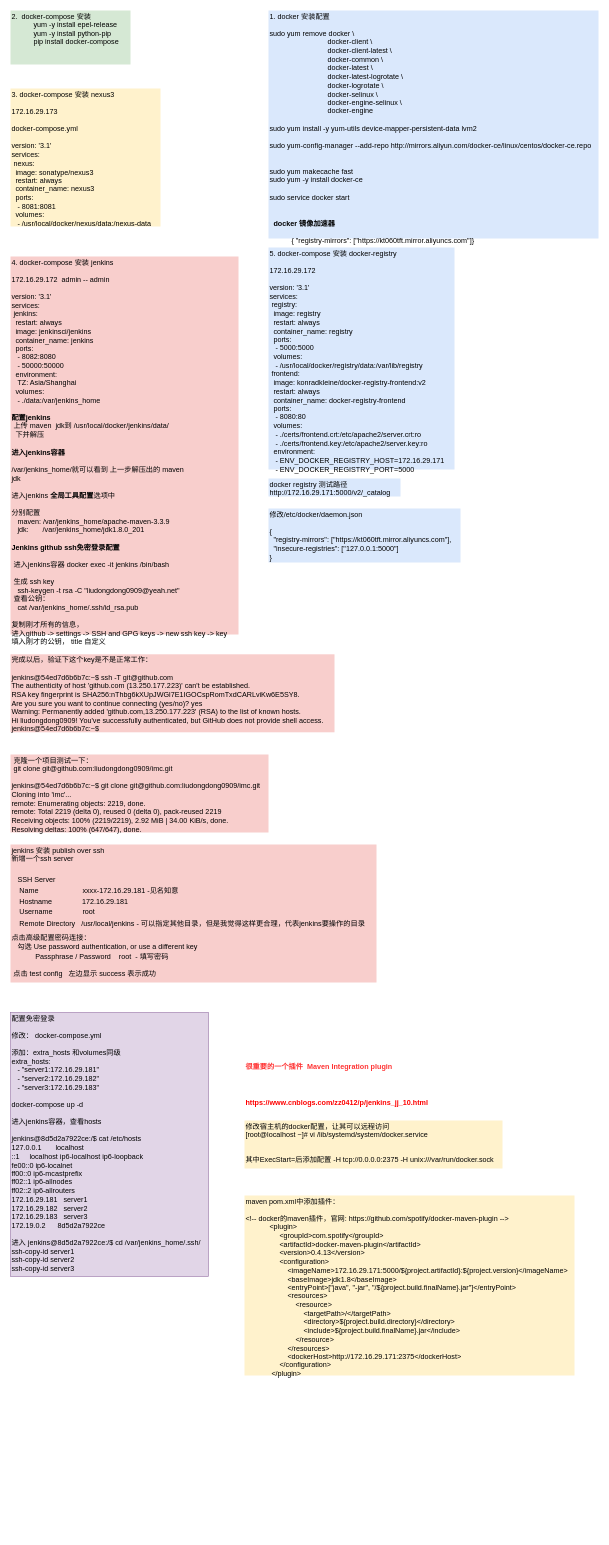
liudongdong0909/draw keeps this draw.io diagram as page "2" (2 of 3) of CI/CI/CDdrawio.drawio. Above is the earlier version. Source tidied: cells renumbered, new cells numbered last; positions are measured from the earlier drawing's top-left corner, leaving out a move shared by most shapes. Both pictures are drawn from the tidied source at 60%, with x=0, y=0 at pixel (10, 10).
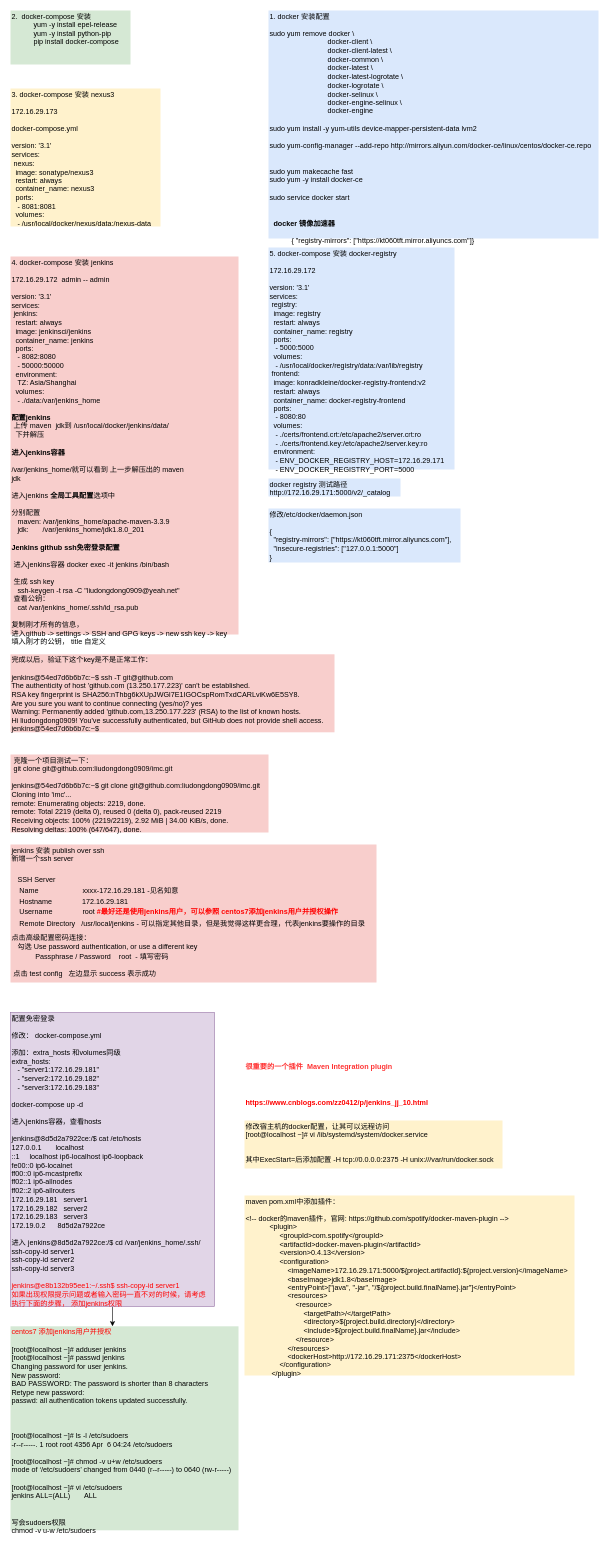
The same diagram, later.

Change to the diagram source:
```diff
@@
-    <mxCell id="11" value="jenkins 安装 publish over ssh&lt;br&gt;新增一个ssh server&lt;br&gt;&lt;br&gt;&lt;table&gt;&lt;tbody&gt;&lt;tr&gt;&lt;td&gt;&lt;div id=&quot;yui-gen31&quot;&gt;&lt;table&gt;&lt;tbody&gt;&lt;tr&gt;&lt;td&gt;&lt;br&gt;&lt;/td&gt;&lt;td&gt;&lt;div&gt;&lt;div id=&quot;yui-gen31&quot;&gt;&lt;div id=&quot;yui-gen32&quot;&gt;SSH Server&lt;/div&gt;&lt;table&gt;&lt;tbody&gt;&lt;tr&gt;&lt;td&gt;Name&amp;nbsp; &amp;nbsp; &amp;nbsp; &amp;nbsp; &amp;nbsp; &amp;nbsp; &amp;nbsp; &amp;nbsp; &amp;nbsp; &amp;nbsp; &amp;nbsp; xxxx-172.16.29.181 -见名知意&lt;/td&gt;&lt;/tr&gt;&lt;tr&gt;&lt;td&gt;Hostname&amp;nbsp; &amp;nbsp; &amp;nbsp; &amp;nbsp; &amp;nbsp; &amp;nbsp; &amp;nbsp; &amp;nbsp;172.16.29.181&lt;/td&gt;&lt;/tr&gt;&lt;tr&gt;&lt;td&gt;Username&amp;nbsp; &amp;nbsp; &amp;nbsp; &amp;nbsp; &amp;nbsp; &amp;nbsp; &amp;nbsp; &amp;nbsp;root&lt;/td&gt;&lt;/tr&gt;&lt;tr&gt;&lt;td&gt;Remote Directory&amp;nbsp; &amp;nbsp;/usr/local/jenkins - 可以指定其他目录，但是我觉得这样更合理，代表jenkins要操作的目录&lt;/td&gt;&lt;/tr&gt;&lt;/tbody&gt;&lt;/table&gt;&lt;/div&gt;&lt;/div&gt;&lt;/td&gt;&lt;/tr&gt;&lt;/tbody&gt;&lt;/table&gt;&lt;/div&gt;&lt;/td&gt;&lt;/tr&gt;&lt;/tbody&gt;&lt;/table&gt;点击高级配置密码连接：&lt;br&gt;&amp;nbsp; &amp;nbsp;勾选&amp;nbsp;&lt;span&gt;Use password authentication, or use a different key&lt;/span&gt;&lt;br&gt;&lt;table&gt;&lt;tbody&gt;&lt;tr&gt;&lt;td&gt;&amp;nbsp; &amp;nbsp; &amp;nbsp; &amp;nbsp; &amp;nbsp; &amp;nbsp;Passphrase / Password&amp;nbsp; &amp;nbsp; root&amp;nbsp; - 填写密码&lt;br&gt;&lt;br&gt;点击 test config&amp;nbsp; &amp;nbsp;左边显示 success 表示成功&lt;/td&gt;&lt;/tr&gt;&lt;/tbody&gt;&lt;/table&gt;&lt;br&gt;" style="text;html=1;align=left;verticalAlign=top;spacingTop=-4;fillColor=#f8cecc;strokeColor=none;" parent="1" vertex="1">
+    <mxCell id="11" value="jenkins 安装 publish over ssh&lt;br&gt;新增一个ssh server&lt;br&gt;&lt;br&gt;&lt;table&gt;&lt;tbody&gt;&lt;tr&gt;&lt;td&gt;&lt;div id=&quot;yui-gen31&quot;&gt;&lt;table&gt;&lt;tbody&gt;&lt;tr&gt;&lt;td&gt;&lt;br&gt;&lt;/td&gt;&lt;td&gt;&lt;div&gt;&lt;div id=&quot;yui-gen31&quot;&gt;&lt;div id=&quot;yui-gen32&quot;&gt;SSH Server&lt;/div&gt;&lt;table&gt;&lt;tbody&gt;&lt;tr&gt;&lt;td&gt;Name&amp;nbsp; &amp;nbsp; &amp;nbsp; &amp;nbsp; &amp;nbsp; &amp;nbsp; &amp;nbsp; &amp;nbsp; &amp;nbsp; &amp;nbsp; &amp;nbsp; xxxx-172.16.29.181 -见名知意&lt;/td&gt;&lt;/tr&gt;&lt;tr&gt;&lt;td&gt;Hostname&amp;nbsp; &amp;nbsp; &amp;nbsp; &amp;nbsp; &amp;nbsp; &amp;nbsp; &amp;nbsp; &amp;nbsp;172.16.29.181&lt;/td&gt;&lt;/tr&gt;&lt;tr&gt;&lt;td&gt;Username&amp;nbsp; &amp;nbsp; &amp;nbsp; &amp;nbsp; &amp;nbsp; &amp;nbsp; &amp;nbsp; &amp;nbsp;root &lt;b&gt;&lt;font color=&quot;#ff0000&quot;&gt;#最好还是使用jenkins用户，可以参照 centos7添加jenkins用户并授权操作&lt;/font&gt;&lt;/b&gt;&lt;/td&gt;&lt;/tr&gt;&lt;tr&gt;&lt;td&gt;Remote Directory&amp;nbsp; &amp;nbsp;/usr/local/jenkins - 可以指定其他目录，但是我觉得这样更合理，代表jenkins要操作的目录&lt;/td&gt;&lt;/tr&gt;&lt;/tbody&gt;&lt;/table&gt;&lt;/div&gt;&lt;/div&gt;&lt;/td&gt;&lt;/tr&gt;&lt;/tbody&gt;&lt;/table&gt;&lt;/div&gt;&lt;/td&gt;&lt;/tr&gt;&lt;/tbody&gt;&lt;/table&gt;点击高级配置密码连接：&lt;br&gt;&amp;nbsp; &amp;nbsp;勾选&amp;nbsp;&lt;span&gt;Use password authentication, or use a different key&lt;/span&gt;&lt;br&gt;&lt;table&gt;&lt;tbody&gt;&lt;tr&gt;&lt;td&gt;&amp;nbsp; &amp;nbsp; &amp;nbsp; &amp;nbsp; &amp;nbsp; &amp;nbsp;Passphrase / Password&amp;nbsp; &amp;nbsp; root&amp;nbsp; - 填写密码&lt;br&gt;&lt;br&gt;点击 test config&amp;nbsp; &amp;nbsp;左边显示 success 表示成功&lt;/td&gt;&lt;/tr&gt;&lt;/tbody&gt;&lt;/table&gt;&lt;br&gt;" style="text;html=1;align=left;verticalAlign=top;spacingTop=-4;fillColor=#f8cecc;strokeColor=none;" parent="1" vertex="1">
       <mxGeometry y="1390" width="610" height="230" as="geometry" />
     </mxCell>
+    <mxCell id="17" style="edgeStyle=orthogonalEdgeStyle;rounded=0;jettySize=auto;html=1;" parent="1" edge="1" source="12" target="18">
+      <mxGeometry relative="1" as="geometry">
+        <Array as="points">
+          <mxPoint x="165" y="2140" />
+          <mxPoint x="165" y="2140" />
+        </Array>
+      </mxGeometry>
+    </mxCell>
-    <mxCell id="12" value="配置免密登录&lt;br&gt;&lt;br&gt;修改： docker-compose.yml&lt;br&gt;&lt;br&gt;&lt;div&gt;添加：extra_hosts 和volumes同级&lt;/div&gt;&lt;div&gt;extra_hosts:&lt;/div&gt;&lt;div&gt;&amp;nbsp; &amp;nbsp;- &quot;server1:172.16.29.181&quot;&lt;/div&gt;&lt;div&gt;&amp;nbsp; &amp;nbsp;- &quot;server2:172.16.29.182&quot;&lt;/div&gt;&lt;div&gt;&amp;nbsp; &amp;nbsp;- &quot;server3:172.16.29.183&quot;&lt;/div&gt;&lt;br&gt;docker-compose up -d&lt;br&gt;&lt;br&gt;进入jenkins容器，查看hosts&lt;br&gt;&lt;br&gt;&lt;div&gt;jenkins@8d5d2a7922ce:/$ cat /etc/hosts&lt;/div&gt;&lt;div&gt;127.0.0.1&amp;nbsp; &amp;nbsp; &amp;nbsp; &amp;nbsp;localhost&lt;/div&gt;&lt;div&gt;::1&amp;nbsp; &amp;nbsp; &amp;nbsp;localhost ip6-localhost ip6-loopback&lt;/div&gt;&lt;div&gt;fe00::0 ip6-localnet&lt;/div&gt;&lt;div&gt;ff00::0 ip6-mcastprefix&lt;/div&gt;&lt;div&gt;ff02::1 ip6-allnodes&lt;/div&gt;&lt;div&gt;ff02::2 ip6-allrouters&lt;/div&gt;&lt;div&gt;172.16.29.181&amp;nbsp; &amp;nbsp;server1&lt;/div&gt;&lt;div&gt;172.16.29.182&amp;nbsp; &amp;nbsp;server2&lt;/div&gt;&lt;div&gt;172.16.29.183&amp;nbsp; &amp;nbsp;server3&lt;/div&gt;&lt;div&gt;172.19.0.2&amp;nbsp; &amp;nbsp; &amp;nbsp; 8d5d2a7922ce&lt;/div&gt;&lt;br&gt;进入&amp;nbsp;jenkins@8d5d2a7922ce:/$ cd /var/jenkins_home/.ssh/&lt;br&gt;&lt;span&gt;ssh-copy-id server1&lt;br&gt;&lt;/span&gt;&lt;span&gt;ssh-copy-id server2&lt;br&gt;&lt;/span&gt;&lt;span&gt;ssh-copy-id server3&lt;/span&gt;&lt;br&gt;&lt;br&gt;" style="text;html=1;points=[];align=left;verticalAlign=top;spacingTop=-4;fillColor=#e1d5e7;strokeColor=#9673a6;" parent="1" vertex="1">
-      <mxGeometry y="1670" width="330" height="440" as="geometry" />
+    <mxCell id="12" value="配置免密登录&lt;br&gt;&lt;br&gt;修改： docker-compose.yml&lt;br&gt;&lt;br&gt;&lt;div&gt;添加：extra_hosts 和volumes同级&lt;/div&gt;&lt;div&gt;extra_hosts:&lt;/div&gt;&lt;div&gt;&amp;nbsp; &amp;nbsp;- &quot;server1:172.16.29.181&quot;&lt;/div&gt;&lt;div&gt;&amp;nbsp; &amp;nbsp;- &quot;server2:172.16.29.182&quot;&lt;/div&gt;&lt;div&gt;&amp;nbsp; &amp;nbsp;- &quot;server3:172.16.29.183&quot;&lt;/div&gt;&lt;br&gt;docker-compose up -d&lt;br&gt;&lt;br&gt;进入jenkins容器，查看hosts&lt;br&gt;&lt;br&gt;&lt;div&gt;jenkins@8d5d2a7922ce:/$ cat /etc/hosts&lt;/div&gt;&lt;div&gt;127.0.0.1&amp;nbsp; &amp;nbsp; &amp;nbsp; &amp;nbsp;localhost&lt;/div&gt;&lt;div&gt;::1&amp;nbsp; &amp;nbsp; &amp;nbsp;localhost ip6-localhost ip6-loopback&lt;/div&gt;&lt;div&gt;fe00::0 ip6-localnet&lt;/div&gt;&lt;div&gt;ff00::0 ip6-mcastprefix&lt;/div&gt;&lt;div&gt;ff02::1 ip6-allnodes&lt;/div&gt;&lt;div&gt;ff02::2 ip6-allrouters&lt;/div&gt;&lt;div&gt;172.16.29.181&amp;nbsp; &amp;nbsp;server1&lt;/div&gt;&lt;div&gt;172.16.29.182&amp;nbsp; &amp;nbsp;server2&lt;/div&gt;&lt;div&gt;172.16.29.183&amp;nbsp; &amp;nbsp;server3&lt;/div&gt;&lt;div&gt;172.19.0.2&amp;nbsp; &amp;nbsp; &amp;nbsp; 8d5d2a7922ce&lt;/div&gt;&lt;br&gt;进入&amp;nbsp;jenkins@8d5d2a7922ce:/$ cd /var/jenkins_home/.ssh/&lt;br&gt;&lt;span&gt;ssh-copy-id server1&lt;br&gt;&lt;/span&gt;&lt;span&gt;ssh-copy-id server2&lt;br&gt;&lt;/span&gt;&lt;span&gt;ssh-copy-id server3&lt;br&gt;&lt;/span&gt;&lt;br&gt;&lt;font color=&quot;#ff0000&quot;&gt;jenkins@e8b132b95ee1:~/.ssh$ ssh-copy-id server1&lt;br&gt;如果出现权限提示问题或者输入密码一直不对的时候，请考虑&lt;br&gt;执行下面的步骤， 添加jenkins权限&lt;/font&gt;&lt;br&gt;&lt;br&gt;" style="text;html=1;points=[];align=left;verticalAlign=top;spacingTop=-4;fillColor=#e1d5e7;strokeColor=#9673a6;" parent="1" vertex="1">
+      <mxGeometry y="1670" width="340" height="490" as="geometry" />
     </mxCell>
@@
+    <mxCell id="18" value="&lt;font color=&quot;#ff0000&quot;&gt;centos7 添加jenkins用户并授权&lt;/font&gt;&lt;br&gt;&lt;br&gt;&lt;div&gt;[root@localhost ~]# adduser jenkins&lt;/div&gt;&lt;div&gt;[root@localhost ~]# passwd jenkins&lt;/div&gt;&lt;div&gt;Changing password for user jenkins.&lt;/div&gt;&lt;div&gt;New password:&amp;nbsp;&lt;/div&gt;&lt;div&gt;BAD PASSWORD: The password is shorter than 8 characters&lt;/div&gt;&lt;div&gt;Retype new password:&amp;nbsp;&lt;/div&gt;&lt;div&gt;passwd: all authentication tokens updated successfully.&lt;/div&gt;&lt;div&gt;&lt;br&gt;&lt;/div&gt;&lt;div&gt;&lt;br&gt;&lt;/div&gt;&lt;div&gt;&lt;br&gt;&lt;/div&gt;&lt;div&gt;&lt;div&gt;[root@localhost ~]# ls -l /etc/sudoers&lt;/div&gt;&lt;div&gt;-r--r-----. 1 root root 4356 Apr&amp;nbsp; 6 04:24 /etc/sudoers&lt;/div&gt;&lt;div&gt;&lt;br&gt;&lt;/div&gt;&lt;div&gt;&lt;div&gt;[root@localhost ~]# chmod -v u+w /etc/sudoers&lt;/div&gt;&lt;div&gt;mode of ‘/etc/sudoers’ changed from 0440 (r--r-----) to 0640 (rw-r-----)&lt;/div&gt;&lt;div&gt;&lt;br&gt;&lt;/div&gt;&lt;div&gt;[root@localhost ~]# vi /etc/sudoers&lt;br&gt;jenkins ALL=(ALL)&amp;nbsp; &amp;nbsp; &amp;nbsp; &amp;nbsp;ALL&lt;/div&gt;&lt;/div&gt;&lt;/div&gt;&lt;div&gt;&lt;br&gt;&lt;/div&gt;&lt;div&gt;&lt;br&gt;&lt;/div&gt;&lt;div&gt;写会sudoers权限&lt;/div&gt;&lt;div&gt;&lt;span&gt;chmod -v u-w /etc/sudoers&lt;/span&gt;&lt;br&gt;&lt;/div&gt;" style="text;html=1;points=[];align=left;verticalAlign=top;spacingTop=-4;fillColor=#d5e8d4;strokeColor=none;" parent="1" vertex="1">
+      <mxGeometry y="2193" width="380" height="340" as="geometry" />
+    </mxCell>
+    <mxCell id="19" value="&lt;div&gt;&lt;br&gt;&lt;/div&gt;" style="text;html=1;align=left;verticalAlign=top;spacingTop=-4;" parent="1" vertex="1">
+      <mxGeometry x="23" y="2513" width="20" height="20" as="geometry" />
+    </mxCell>
```
